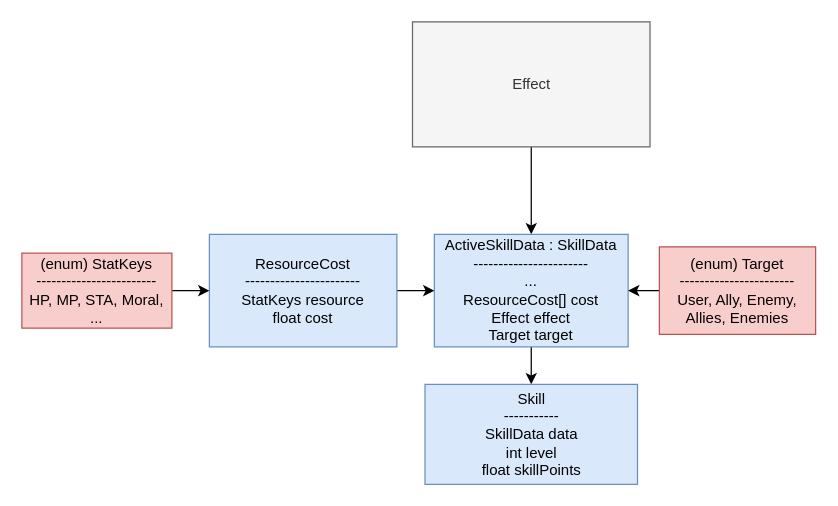
The draw.io diagram page "Skills" (2 of 8) of workflows/Inventory,Skills & Effects.drawio in moretech1402/Unity-Scripts, before the edit. Source tidied: cells renumbered, new cells numbered last; positions are measured from the earlier drawing's top-left corner, leaving out a move shared by most shapes. Both pictures are drawn from the tidied source at 125%, with x=0, y=0 at pixel (21, 21).
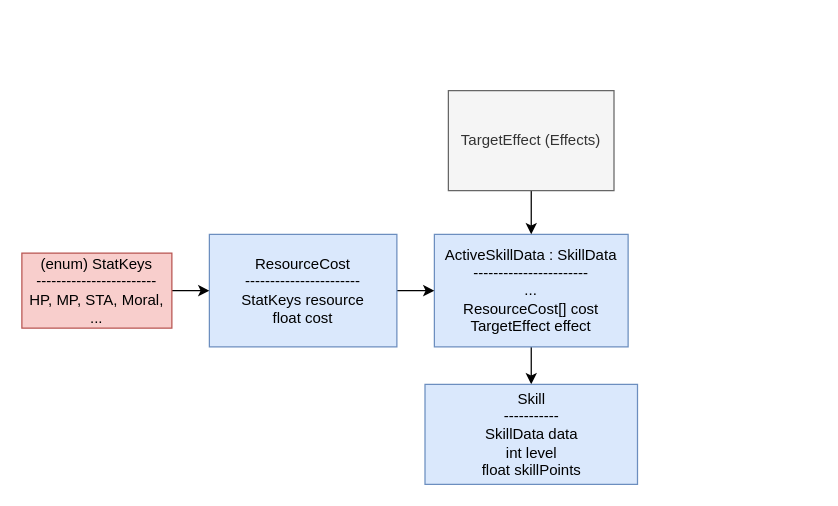
Above is the later version.

Commit message (it also covers changes not shown here):
Update : Effects on Equipment (diagram)

What changed in the source:
```diff
@@
 <mxGraphModel>
   <root>
     <mxCell id="0" />
     <mxCell id="1" parent="0" />
-    <mxCell id="2" style="edgeStyle=orthogonalEdgeStyle;rounded=0;jettySize=auto;html=1;entryX=0.5;entryY=0;entryDx=0;entryDy=0;" parent="1" edge="1" source="3" target="5">
-      <mxGeometry relative="1" as="geometry" />
-    </mxCell>
-    <mxCell id="3" value="Effect" style="rounded=0;whiteSpace=wrap;html=1;fillColor=#f5f5f5;strokeColor=#666666;fontColor=#333333;" parent="1" vertex="1">
-      <mxGeometry x="312.5" width="190" height="100" as="geometry" />
-    </mxCell>
     <mxCell id="4" style="edgeStyle=orthogonalEdgeStyle;rounded=0;jettySize=auto;html=1;entryX=0.5;entryY=0;entryDx=0;entryDy=0;" parent="1" edge="1" source="5" target="12">
       <mxGeometry relative="1" as="geometry" />
     </mxCell>
-    <mxCell id="5" value="ActiveSkillData : SkillData&lt;div&gt;-----------------------&lt;/div&gt;&lt;div&gt;...&lt;/div&gt;&lt;div&gt;ResourceCost[] cost&lt;/div&gt;&lt;div&gt;Effect effect&lt;/div&gt;&lt;div&gt;Target target&lt;/div&gt;" style="rounded=0;whiteSpace=wrap;html=1;fillColor=#dae8fc;strokeColor=#6c8ebf;flipV=1;flipH=1;" parent="1" vertex="1">
+    <mxCell id="5" value="ActiveSkillData : SkillData&lt;div&gt;-----------------------&lt;/div&gt;&lt;div&gt;...&lt;/div&gt;&lt;div&gt;ResourceCost[] cost&lt;/div&gt;&lt;div&gt;TargetEffect effect&lt;/div&gt;" style="rounded=0;whiteSpace=wrap;html=1;fillColor=#dae8fc;strokeColor=#6c8ebf;flipV=1;flipH=1;" parent="1" vertex="1">
       <mxGeometry x="330" y="170" width="155" height="90" as="geometry" />
     </mxCell>
     <mxCell id="6" style="edgeStyle=orthogonalEdgeStyle;rounded=0;jettySize=auto;html=1;entryX=0;entryY=0.5;entryDx=0;entryDy=0;" parent="1" edge="1" source="7" target="5">
       <mxGeometry relative="1" as="geometry" />
     </mxCell>
     <mxCell id="7" value="ResourceCost&lt;div&gt;-----------------------&lt;/div&gt;&lt;div&gt;StatKeys resource&lt;/div&gt;&lt;div&gt;float cost&lt;/div&gt;" style="rounded=0;whiteSpace=wrap;html=1;fillColor=#dae8fc;strokeColor=#6c8ebf;flipV=1;flipH=1;" parent="1" vertex="1">
       <mxGeometry x="150" y="170" width="150" height="90" as="geometry" />
     </mxCell>
     <mxCell id="8" style="edgeStyle=orthogonalEdgeStyle;rounded=0;jettySize=auto;html=1;entryX=0;entryY=0.5;entryDx=0;entryDy=0;" parent="1" edge="1" source="9" target="7">
       <mxGeometry relative="1" as="geometry" />
     </mxCell>
     <mxCell id="9" value="(enum) StatKeys&lt;div&gt;------------------------&lt;/div&gt;&lt;div&gt;HP, MP, STA, Moral, ...&lt;/div&gt;" style="rounded=0;whiteSpace=wrap;html=1;fillColor=#f8cecc;strokeColor=#b85450;flipV=1;flipH=1;" parent="1" vertex="1">
       <mxGeometry y="185" width="120" height="60" as="geometry" />
     </mxCell>
-    <mxCell id="10" style="edgeStyle=orthogonalEdgeStyle;rounded=0;jettySize=auto;html=1;entryX=1;entryY=0.5;entryDx=0;entryDy=0;" parent="1" edge="1" source="11" target="5">
-      <mxGeometry relative="1" as="geometry" />
-    </mxCell>
-    <mxCell id="11" value="(enum) Target&lt;div&gt;-----------------------&lt;/div&gt;&lt;div&gt;User, Ally, Enemy, Allies, Enemies&lt;/div&gt;" style="rounded=0;whiteSpace=wrap;html=1;fillColor=#f8cecc;strokeColor=#b85450;flipV=1;flipH=1;" parent="1" vertex="1">
-      <mxGeometry x="510" y="180" width="125" height="70" as="geometry" />
-    </mxCell>
     <mxCell id="12" value="Skill&lt;div&gt;-----------&lt;/div&gt;&lt;div&gt;SkillData data&lt;/div&gt;&lt;div&gt;int level&lt;/div&gt;&lt;div&gt;float skillPoints&lt;/div&gt;" style="rounded=0;whiteSpace=wrap;html=1;fillColor=#dae8fc;strokeColor=#6c8ebf;flipV=1;flipH=1;" parent="1" vertex="1">
       <mxGeometry x="322.5" y="290" width="170" height="80" as="geometry" />
     </mxCell>
+    <mxCell id="13" style="edgeStyle=orthogonalEdgeStyle;rounded=0;jettySize=auto;html=1;entryX=0.5;entryY=0;entryDx=0;entryDy=0;" parent="1" edge="1" source="14" target="5">
+      <mxGeometry relative="1" as="geometry" />
+    </mxCell>
+    <mxCell id="14" value="TargetEffect (Effects)" style="rounded=0;whiteSpace=wrap;html=1;fillColor=#f5f5f5;strokeColor=#666666;fontColor=#333333;" parent="1" vertex="1">
+      <mxGeometry x="341.2" y="55" width="132.5" height="80" as="geometry" />
+    </mxCell>
   </root>
 </mxGraphModel>
```
